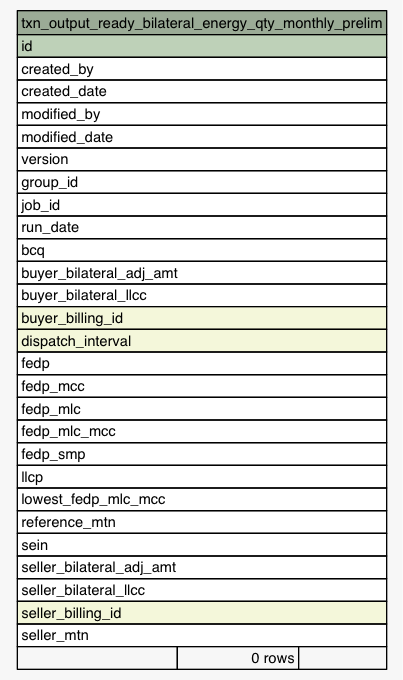
Earlier version of the Graphviz export Data/settlement/diagrams/summary/txn_output_ready_bilateral_energy_qty_monthly_prelim.1degree.png (eyana-m/python-data-dictionary-writer). Its source is kept beside it as Data/settlement/diagrams/summary/txn_output_ready_bilateral_energy_qty_monthly_prelim.1degree.dot. The source it was exported from:
```dot
digraph "txn_output_ready_bilateral_energy_qty_monthly_prelim" {
  graph [
    rankdir="RL"
    bgcolor="#f7f7f7"
    nodesep="0.18"
    ranksep="0.46"
    fontname="Helvetica"
    fontsize="11"
  ];
  node [
    fontname="Helvetica"
    fontsize="11"
    shape="plaintext"
  ];
  edge [
    arrowsize="0.8"
  ];
  "txn_output_ready_bilateral_energy_qty_monthly_prelim" [
    label=<
    <TABLE BORDER="0" CELLBORDER="1" CELLSPACING="0" BGCOLOR="#ffffff">
      <TR><TD COLSPAN="3" BGCOLOR="#9bab96" ALIGN="CENTER">txn_output_ready_bilateral_energy_qty_monthly_prelim</TD></TR>
      <TR><TD PORT="id" COLSPAN="3" BGCOLOR="#bed1b8" ALIGN="LEFT">id</TD></TR>
      <TR><TD PORT="created_by" COLSPAN="3" ALIGN="LEFT">created_by</TD></TR>
      <TR><TD PORT="created_date" COLSPAN="3" ALIGN="LEFT">created_date</TD></TR>
      <TR><TD PORT="modified_by" COLSPAN="3" ALIGN="LEFT">modified_by</TD></TR>
      <TR><TD PORT="modified_date" COLSPAN="3" ALIGN="LEFT">modified_date</TD></TR>
      <TR><TD PORT="version" COLSPAN="3" ALIGN="LEFT">version</TD></TR>
      <TR><TD PORT="group_id" COLSPAN="3" ALIGN="LEFT">group_id</TD></TR>
      <TR><TD PORT="job_id" COLSPAN="3" ALIGN="LEFT">job_id</TD></TR>
      <TR><TD PORT="run_date" COLSPAN="3" ALIGN="LEFT">run_date</TD></TR>
      <TR><TD PORT="bcq" COLSPAN="3" ALIGN="LEFT">bcq</TD></TR>
      <TR><TD PORT="buyer_bilateral_adj_amt" COLSPAN="3" ALIGN="LEFT">buyer_bilateral_adj_amt</TD></TR>
      <TR><TD PORT="buyer_bilateral_llcc" COLSPAN="3" ALIGN="LEFT">buyer_bilateral_llcc</TD></TR>
      <TR><TD PORT="buyer_billing_id" COLSPAN="3" BGCOLOR="#f4f7da" ALIGN="LEFT">buyer_billing_id</TD></TR>
      <TR><TD PORT="dispatch_interval" COLSPAN="3" BGCOLOR="#f4f7da" ALIGN="LEFT">dispatch_interval</TD></TR>
      <TR><TD PORT="fedp" COLSPAN="3" ALIGN="LEFT">fedp</TD></TR>
      <TR><TD PORT="fedp_mcc" COLSPAN="3" ALIGN="LEFT">fedp_mcc</TD></TR>
      <TR><TD PORT="fedp_mlc" COLSPAN="3" ALIGN="LEFT">fedp_mlc</TD></TR>
      <TR><TD PORT="fedp_mlc_mcc" COLSPAN="3" ALIGN="LEFT">fedp_mlc_mcc</TD></TR>
      <TR><TD PORT="fedp_smp" COLSPAN="3" ALIGN="LEFT">fedp_smp</TD></TR>
      <TR><TD PORT="llcp" COLSPAN="3" ALIGN="LEFT">llcp</TD></TR>
      <TR><TD PORT="lowest_fedp_mlc_mcc" COLSPAN="3" ALIGN="LEFT">lowest_fedp_mlc_mcc</TD></TR>
      <TR><TD PORT="reference_mtn" COLSPAN="3" ALIGN="LEFT">reference_mtn</TD></TR>
      <TR><TD PORT="sein" COLSPAN="3" ALIGN="LEFT">sein</TD></TR>
      <TR><TD PORT="seller_bilateral_adj_amt" COLSPAN="3" ALIGN="LEFT">seller_bilateral_adj_amt</TD></TR>
      <TR><TD PORT="seller_bilateral_llcc" COLSPAN="3" ALIGN="LEFT">seller_bilateral_llcc</TD></TR>
      <TR><TD PORT="seller_billing_id" COLSPAN="3" BGCOLOR="#f4f7da" ALIGN="LEFT">seller_billing_id</TD></TR>
      <TR><TD PORT="seller_mtn" COLSPAN="3" ALIGN="LEFT">seller_mtn</TD></TR>
      <TR><TD ALIGN="LEFT" BGCOLOR="#f7f7f7">  </TD><TD ALIGN="RIGHT" BGCOLOR="#f7f7f7">0 rows</TD><TD ALIGN="RIGHT" BGCOLOR="#f7f7f7">  </TD></TR>
    </TABLE>>
    URL="tables/txn_output_ready_bilateral_energy_qty_monthly_prelim.html"
    tooltip="txn_output_ready_bilateral_energy_qty_monthly_prelim"
  ];
}
```
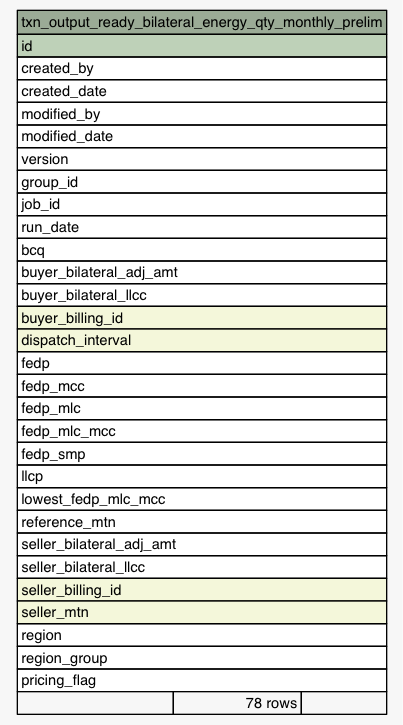
The same file after the commit.

What changed in the source:
```diff
@@ -41,12 +41,14 @@
       <TR><TD PORT="llcp" COLSPAN="3" ALIGN="LEFT">llcp</TD></TR>
       <TR><TD PORT="lowest_fedp_mlc_mcc" COLSPAN="3" ALIGN="LEFT">lowest_fedp_mlc_mcc</TD></TR>
       <TR><TD PORT="reference_mtn" COLSPAN="3" ALIGN="LEFT">reference_mtn</TD></TR>
-      <TR><TD PORT="sein" COLSPAN="3" ALIGN="LEFT">sein</TD></TR>
       <TR><TD PORT="seller_bilateral_adj_amt" COLSPAN="3" ALIGN="LEFT">seller_bilateral_adj_amt</TD></TR>
       <TR><TD PORT="seller_bilateral_llcc" COLSPAN="3" ALIGN="LEFT">seller_bilateral_llcc</TD></TR>
       <TR><TD PORT="seller_billing_id" COLSPAN="3" BGCOLOR="#f4f7da" ALIGN="LEFT">seller_billing_id</TD></TR>
-      <TR><TD PORT="seller_mtn" COLSPAN="3" ALIGN="LEFT">seller_mtn</TD></TR>
-      <TR><TD ALIGN="LEFT" BGCOLOR="#f7f7f7">  </TD><TD ALIGN="RIGHT" BGCOLOR="#f7f7f7">0 rows</TD><TD ALIGN="RIGHT" BGCOLOR="#f7f7f7">  </TD></TR>
+      <TR><TD PORT="seller_mtn" COLSPAN="3" BGCOLOR="#f4f7da" ALIGN="LEFT">seller_mtn</TD></TR>
+      <TR><TD PORT="region" COLSPAN="3" ALIGN="LEFT">region</TD></TR>
+      <TR><TD PORT="region_group" COLSPAN="3" ALIGN="LEFT">region_group</TD></TR>
+      <TR><TD PORT="pricing_flag" COLSPAN="3" ALIGN="LEFT">pricing_flag</TD></TR>
+      <TR><TD ALIGN="LEFT" BGCOLOR="#f7f7f7">  </TD><TD ALIGN="RIGHT" BGCOLOR="#f7f7f7">78 rows</TD><TD ALIGN="RIGHT" BGCOLOR="#f7f7f7">  </TD></TR>
     </TABLE>>
     URL="tables/txn_output_ready_bilateral_energy_qty_monthly_prelim.html"
     tooltip="txn_output_ready_bilateral_energy_qty_monthly_prelim"
```
